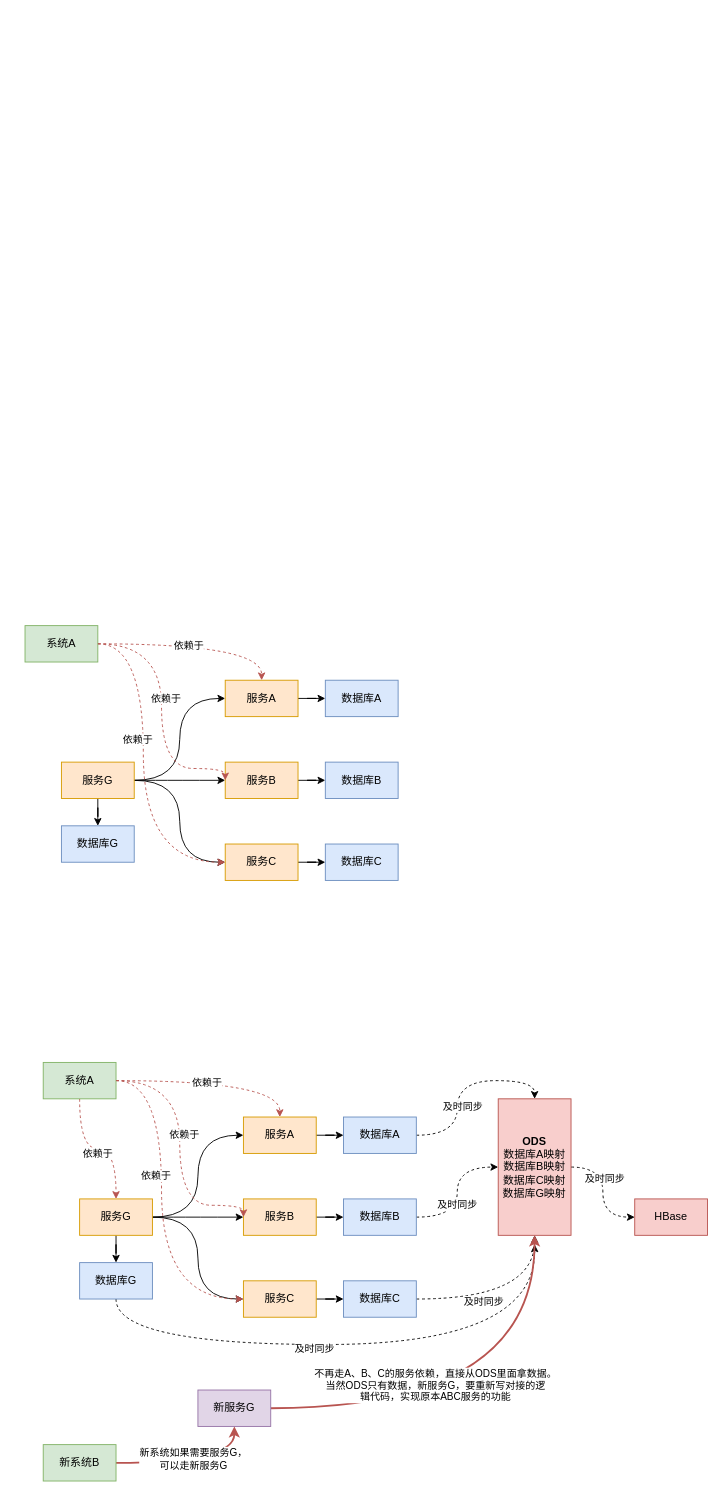
This is docs/defaultDoc/Project/assets/数字采集及数字处理系统.drawio from Cnjszzw/cnjszzw.github.io, a draw.io file, before an edit. Source tidied: cells renumbered, new cells numbered last; positions are measured from the earlier drawing's top-left corner, leaving out a move shared by most shapes. Both pictures are drawn from the tidied source at 91%, with x=0, y=0 at pixel (15, 625).
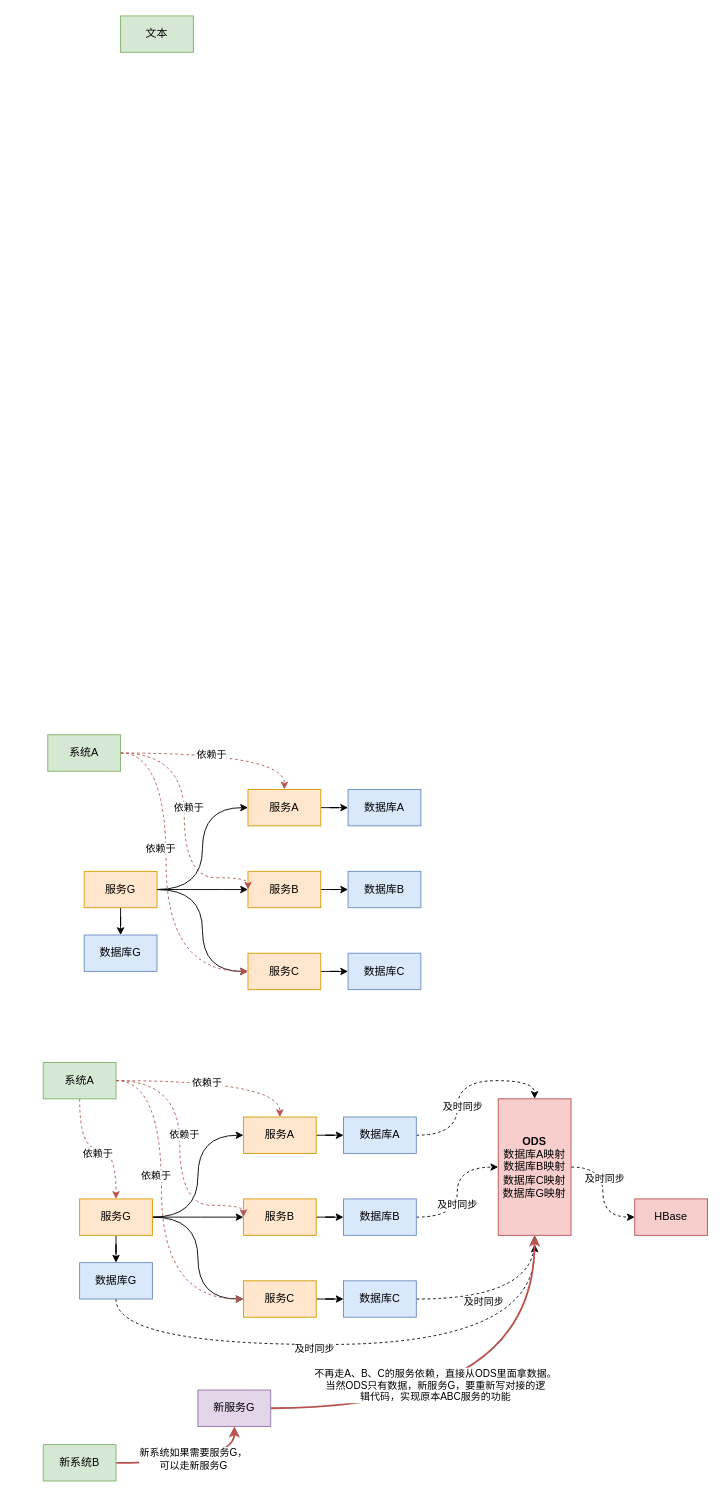
The same page after the edit.

What changed in the source:
```diff
@@
     <mxCell id="7" value="服务G" style="rounded=0;whiteSpace=wrap;html=1;fillColor=#ffe6cc;strokeColor=#d79b00;" parent="1" vertex="1">
-      <mxGeometry x="50" y="150" width="80" height="40" as="geometry" />
+      <mxGeometry x="75" y="270" width="80" height="40" as="geometry" />
     </mxCell>
@@
     <mxCell id="9" value="服务A" style="rounded=0;whiteSpace=wrap;html=1;fillColor=#ffe6cc;strokeColor=#d79b00;" parent="1" vertex="1">
-      <mxGeometry x="230" y="60" width="80" height="40" as="geometry" />
+      <mxGeometry x="255" y="180" width="80" height="40" as="geometry" />
     </mxCell>
@@
     <mxCell id="11" value="服务B" style="rounded=0;whiteSpace=wrap;html=1;fillColor=#ffe6cc;strokeColor=#d79b00;" parent="1" vertex="1">
-      <mxGeometry x="230" y="150" width="80" height="40" as="geometry" />
+      <mxGeometry x="255" y="270" width="80" height="40" as="geometry" />
     </mxCell>
@@
     <mxCell id="13" value="服务C" style="rounded=0;whiteSpace=wrap;html=1;fillColor=#ffe6cc;strokeColor=#d79b00;" parent="1" vertex="1">
-      <mxGeometry x="230" y="240" width="80" height="40" as="geometry" />
+      <mxGeometry x="255" y="360" width="80" height="40" as="geometry" />
     </mxCell>
     <mxCell id="14" value="数据库A" style="rounded=0;whiteSpace=wrap;html=1;fillColor=#dae8fc;strokeColor=#6c8ebf;" parent="1" vertex="1">
-      <mxGeometry x="340" y="60" width="80" height="40" as="geometry" />
+      <mxGeometry x="365" y="180" width="80" height="40" as="geometry" />
     </mxCell>
     <mxCell id="15" value="数据库B" style="rounded=0;whiteSpace=wrap;html=1;fillColor=#dae8fc;strokeColor=#6c8ebf;" parent="1" vertex="1">
-      <mxGeometry x="340" y="150" width="80" height="40" as="geometry" />
+      <mxGeometry x="365" y="270" width="80" height="40" as="geometry" />
     </mxCell>
     <mxCell id="16" value="数据库C" style="rounded=0;whiteSpace=wrap;html=1;fillColor=#dae8fc;strokeColor=#6c8ebf;" parent="1" vertex="1">
-      <mxGeometry x="340" y="240" width="80" height="40" as="geometry" />
+      <mxGeometry x="365" y="360" width="80" height="40" as="geometry" />
     </mxCell>
     <mxCell id="17" value="数据库G" style="rounded=0;whiteSpace=wrap;html=1;fillColor=#dae8fc;strokeColor=#6c8ebf;" parent="1" vertex="1">
-      <mxGeometry x="50" y="220" width="80" height="40" as="geometry" />
+      <mxGeometry x="75" y="340" width="80" height="40" as="geometry" />
     </mxCell>
@@
     <mxCell id="20" style="edgeStyle=orthogonalEdgeStyle;rounded=0;jettySize=auto;html=1;entryX=0;entryY=0.5;entryDx=0;entryDy=0;dashed=1;curved=1;fillColor=#f8cecc;strokeColor=#b85450;" parent="1" edge="1" source="22" target="13">
       <mxGeometry relative="1" as="geometry">
         <Array as="points">
-          <mxPoint x="140" y="20" />
-          <mxPoint x="140" y="260" />
+          <mxPoint x="165" y="140" />
+          <mxPoint x="165" y="380" />
         </Array>
       </mxGeometry>
     </mxCell>
@@
     <mxCell id="22" value="系统A" style="rounded=0;whiteSpace=wrap;html=1;fillColor=#d5e8d4;strokeColor=#82b366;" parent="1" vertex="1">
-      <mxGeometry x="10" width="80" height="40" as="geometry" />
+      <mxGeometry x="35" y="120" width="80" height="40" as="geometry" />
     </mxCell>
     <mxCell id="23" style="edgeStyle=orthogonalEdgeStyle;rounded=0;jettySize=auto;html=1;entryX=0;entryY=0.5;entryDx=0;entryDy=0;dashed=1;curved=1;fillColor=#f8cecc;strokeColor=#b85450;" parent="1" edge="1" source="22" target="11">
       <mxGeometry relative="1" as="geometry">
         <Array as="points">
-          <mxPoint x="160" y="20" />
-          <mxPoint x="160" y="157" />
-          <mxPoint x="230" y="157" />
+          <mxPoint x="185" y="140" />
+          <mxPoint x="185" y="277" />
+          <mxPoint x="255" y="277" />
         </Array>
       </mxGeometry>
     </mxCell>
@@
+    <mxCell id="69" value="文本" style="rounded=0;whiteSpace=wrap;html=1;fillColor=#d5e8d4;strokeColor=#82b366;" parent="1" vertex="1">
+      <mxGeometry x="115" y="-670" width="80" height="40" as="geometry" />
+    </mxCell>
```
